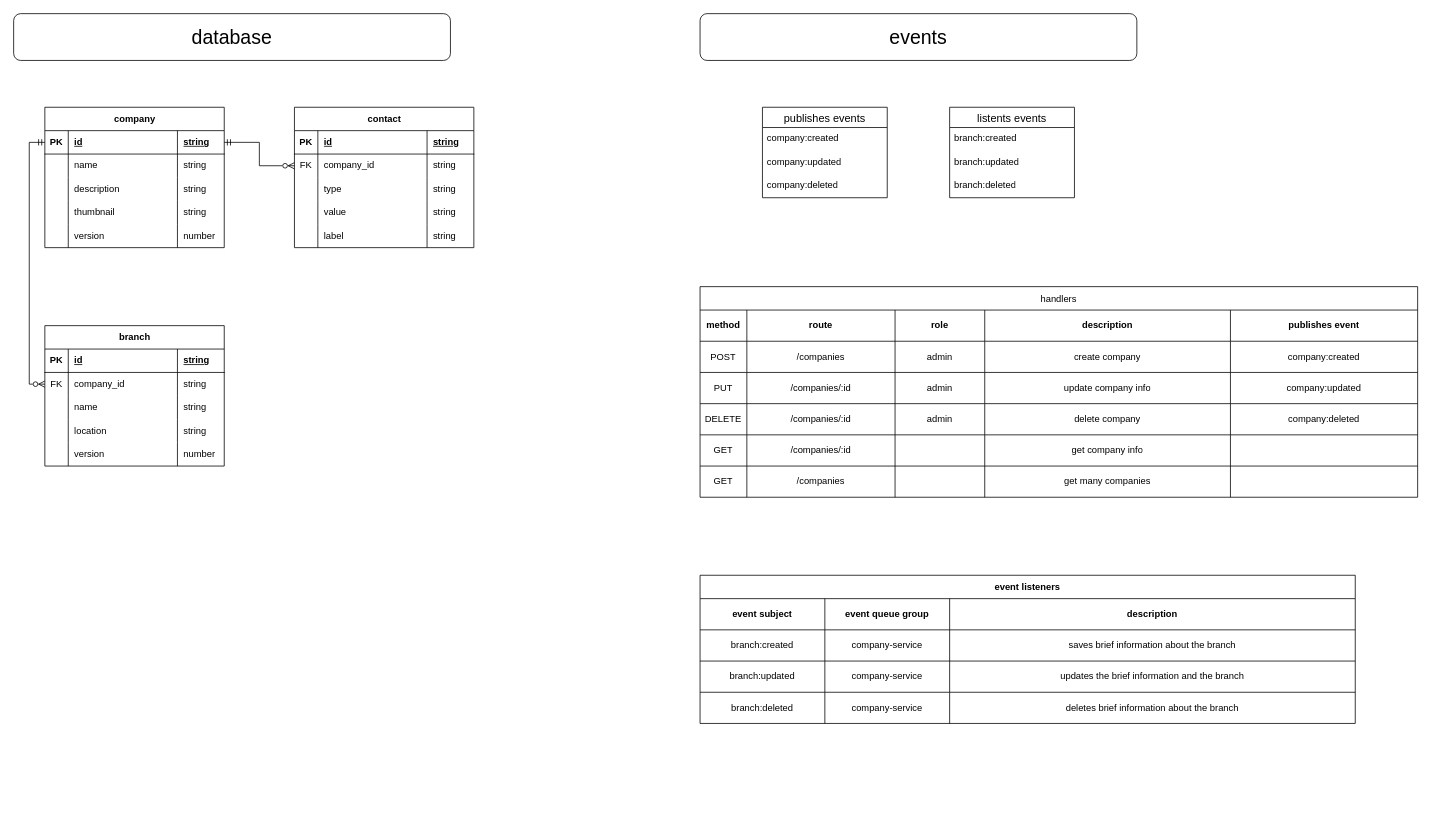
This is page "company" (6 of 11) of app.drawio from ernurQ/eat-web-diagrams, a draw.io file, before an edit. Source tidied: cells renumbered, new cells numbered last; positions are measured from the earlier drawing's top-left corner, leaving out a move shared by most shapes. Both pictures are drawn from the tidied source at 78%, with x=0, y=0 at pixel (13, 13).
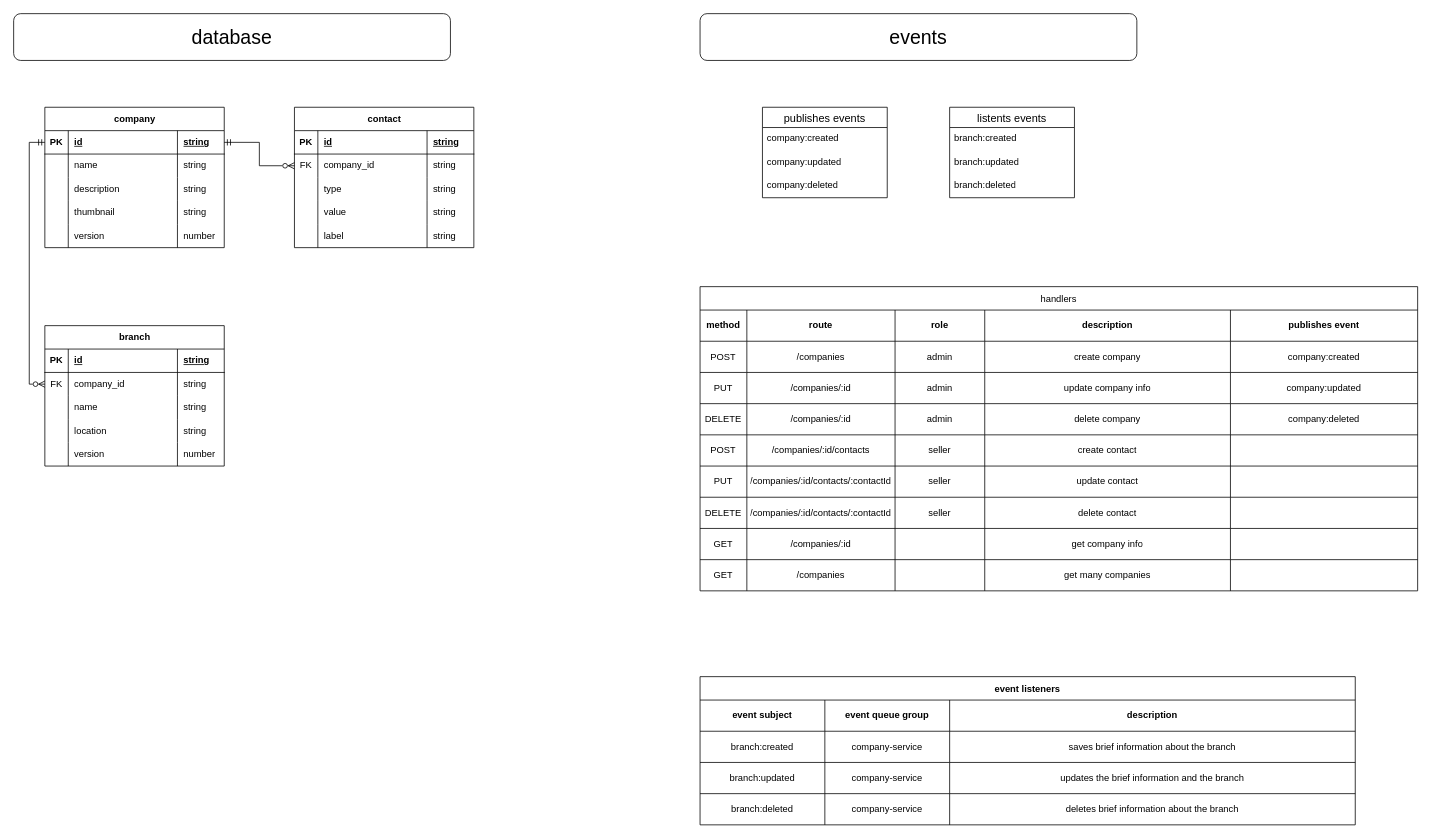
The same page after the edit.

Change to the diagram source:
```diff
@@
     <mxCell id="55" value="handlers" style="shape=table;startSize=30;childLayout=tableLayout;strokeColor=default;fontSize=12;" parent="1" vertex="1">
-      <mxGeometry x="880" y="350" width="920" height="270" as="geometry" />
+      <mxGeometry x="880" y="350" width="920" height="390" as="geometry" />
     </mxCell>
@@
+    <mxCell id="131" style="shape=tableRow;horizontal=0;startSize=0;swimlaneHead=0;swimlaneBody=0;strokeColor=inherit;top=0;left=0;bottom=0;right=0;fillColor=none;fontSize=12;" parent="55" vertex="1">
+      <mxGeometry y="190" width="920" height="40" as="geometry" />
+    </mxCell>
+    <mxCell id="132" value="POST" style="shape=partialRectangle;html=1;whiteSpace=wrap;strokeColor=inherit;overflow=hidden;fillColor=none;top=0;left=0;bottom=0;right=0;fontSize=12;" parent="131" vertex="1">
+      <mxGeometry width="60" height="40" as="geometry" />
+    </mxCell>
+    <mxCell id="133" value="/companies/:id/contacts" style="shape=partialRectangle;html=1;whiteSpace=wrap;strokeColor=inherit;overflow=hidden;fillColor=none;top=0;left=0;bottom=0;right=0;fontSize=12;" parent="131" vertex="1">
+      <mxGeometry x="60" width="190" height="40" as="geometry" />
+    </mxCell>
+    <mxCell id="134" value="seller" style="shape=partialRectangle;html=1;whiteSpace=wrap;strokeColor=inherit;overflow=hidden;fillColor=none;top=0;left=0;bottom=0;right=0;fontSize=12;" parent="131" vertex="1">
+      <mxGeometry x="250" width="115" height="40" as="geometry" />
+    </mxCell>
+    <mxCell id="135" value="create contact" style="shape=partialRectangle;html=1;whiteSpace=wrap;strokeColor=inherit;overflow=hidden;fillColor=none;top=0;left=0;bottom=0;right=0;fontSize=12;" parent="131" vertex="1">
+      <mxGeometry x="365" width="315" height="40" as="geometry" />
+    </mxCell>
+    <mxCell id="136" style="shape=partialRectangle;html=1;whiteSpace=wrap;strokeColor=inherit;overflow=hidden;fillColor=none;top=0;left=0;bottom=0;right=0;fontSize=12;" parent="131" vertex="1">
+      <mxGeometry x="680" width="240" height="40" as="geometry" />
+    </mxCell>
+    <mxCell id="137" style="shape=tableRow;horizontal=0;startSize=0;swimlaneHead=0;swimlaneBody=0;strokeColor=inherit;top=0;left=0;bottom=0;right=0;fillColor=none;fontSize=12;" parent="55" vertex="1">
+      <mxGeometry y="230" width="920" height="40" as="geometry" />
+    </mxCell>
+    <mxCell id="138" value="PUT" style="shape=partialRectangle;html=1;whiteSpace=wrap;strokeColor=inherit;overflow=hidden;fillColor=none;top=0;left=0;bottom=0;right=0;fontSize=12;" parent="137" vertex="1">
+      <mxGeometry width="60" height="40" as="geometry" />
+    </mxCell>
+    <mxCell id="139" value="/companies/:id/contacts/:contactId" style="shape=partialRectangle;html=1;whiteSpace=wrap;strokeColor=inherit;overflow=hidden;fillColor=none;top=0;left=0;bottom=0;right=0;fontSize=12;" parent="137" vertex="1">
+      <mxGeometry x="60" width="190" height="40" as="geometry" />
+    </mxCell>
+    <mxCell id="140" value="seller" style="shape=partialRectangle;html=1;whiteSpace=wrap;strokeColor=inherit;overflow=hidden;fillColor=none;top=0;left=0;bottom=0;right=0;fontSize=12;" parent="137" vertex="1">
+      <mxGeometry x="250" width="115" height="40" as="geometry" />
+    </mxCell>
+    <mxCell id="141" value="update contact" style="shape=partialRectangle;html=1;whiteSpace=wrap;strokeColor=inherit;overflow=hidden;fillColor=none;top=0;left=0;bottom=0;right=0;fontSize=12;" parent="137" vertex="1">
+      <mxGeometry x="365" width="315" height="40" as="geometry" />
+    </mxCell>
+    <mxCell id="142" style="shape=partialRectangle;html=1;whiteSpace=wrap;strokeColor=inherit;overflow=hidden;fillColor=none;top=0;left=0;bottom=0;right=0;fontSize=12;" parent="137" vertex="1">
+      <mxGeometry x="680" width="240" height="40" as="geometry" />
+    </mxCell>
+    <mxCell id="143" style="shape=tableRow;horizontal=0;startSize=0;swimlaneHead=0;swimlaneBody=0;strokeColor=inherit;top=0;left=0;bottom=0;right=0;fillColor=none;fontSize=12;" parent="55" vertex="1">
+      <mxGeometry y="270" width="920" height="40" as="geometry" />
+    </mxCell>
+    <mxCell id="144" value="DELETE" style="shape=partialRectangle;html=1;whiteSpace=wrap;strokeColor=inherit;overflow=hidden;fillColor=none;top=0;left=0;bottom=0;right=0;fontSize=12;" parent="143" vertex="1">
+      <mxGeometry width="60" height="40" as="geometry" />
+    </mxCell>
+    <mxCell id="145" value="/companies/:id/contacts/:contactId" style="shape=partialRectangle;html=1;whiteSpace=wrap;strokeColor=inherit;overflow=hidden;fillColor=none;top=0;left=0;bottom=0;right=0;fontSize=12;" parent="143" vertex="1">
+      <mxGeometry x="60" width="190" height="40" as="geometry" />
+    </mxCell>
+    <mxCell id="146" value="seller" style="shape=partialRectangle;html=1;whiteSpace=wrap;strokeColor=inherit;overflow=hidden;fillColor=none;top=0;left=0;bottom=0;right=0;fontSize=12;" parent="143" vertex="1">
+      <mxGeometry x="250" width="115" height="40" as="geometry" />
+    </mxCell>
+    <mxCell id="147" value="delete contact" style="shape=partialRectangle;html=1;whiteSpace=wrap;strokeColor=inherit;overflow=hidden;fillColor=none;top=0;left=0;bottom=0;right=0;fontSize=12;" parent="143" vertex="1">
+      <mxGeometry x="365" width="315" height="40" as="geometry" />
+    </mxCell>
+    <mxCell id="148" style="shape=partialRectangle;html=1;whiteSpace=wrap;strokeColor=inherit;overflow=hidden;fillColor=none;top=0;left=0;bottom=0;right=0;fontSize=12;" parent="143" vertex="1">
+      <mxGeometry x="680" width="240" height="40" as="geometry" />
+    </mxCell>
     <mxCell id="80" style="shape=tableRow;horizontal=0;startSize=0;swimlaneHead=0;swimlaneBody=0;strokeColor=inherit;top=0;left=0;bottom=0;right=0;fillColor=none;fontSize=12;" parent="55" vertex="1">
-      <mxGeometry y="190" width="920" height="40" as="geometry" />
+      <mxGeometry y="310" width="920" height="40" as="geometry" />
     </mxCell>
@@
     <mxCell id="86" style="shape=tableRow;horizontal=0;startSize=0;swimlaneHead=0;swimlaneBody=0;strokeColor=inherit;top=0;left=0;bottom=0;right=0;fillColor=none;fontSize=12;" parent="55" vertex="1">
-      <mxGeometry y="230" width="920" height="40" as="geometry" />
+      <mxGeometry y="350" width="920" height="40" as="geometry" />
     </mxCell>
@@
     <mxCell id="92" value="event listeners" style="shape=table;startSize=30;childLayout=tableLayout;strokeColor=default;fontSize=12;fontStyle=1;" parent="1" vertex="1">
-      <mxGeometry x="880" y="720" width="840" height="190" as="geometry" />
+      <mxGeometry x="880" y="850" width="840" height="190" as="geometry" />
     </mxCell>
```
